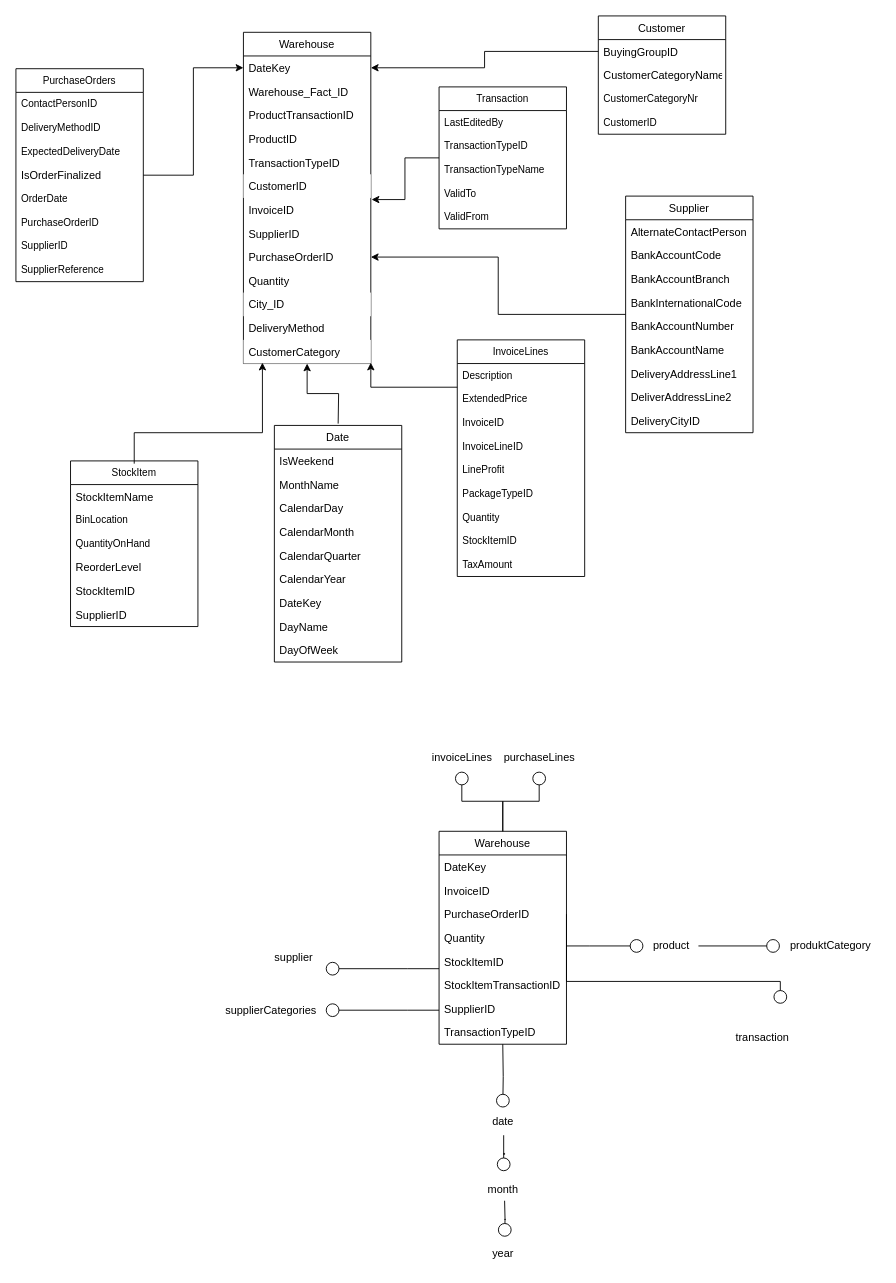
The draw.io diagram page "Lagerhaltung" (5 of 7) of Datenbankmodell_Abgabe_neu.drawio in Lukas313/PR-DKE, before the edit. Source tidied: cells renumbered, new cells numbered last; positions are measured from the earlier drawing's top-left corner, leaving out a move shared by most shapes. Both pictures are drawn from the tidied source at 91%, with x=0, y=0 at pixel (15, 15).
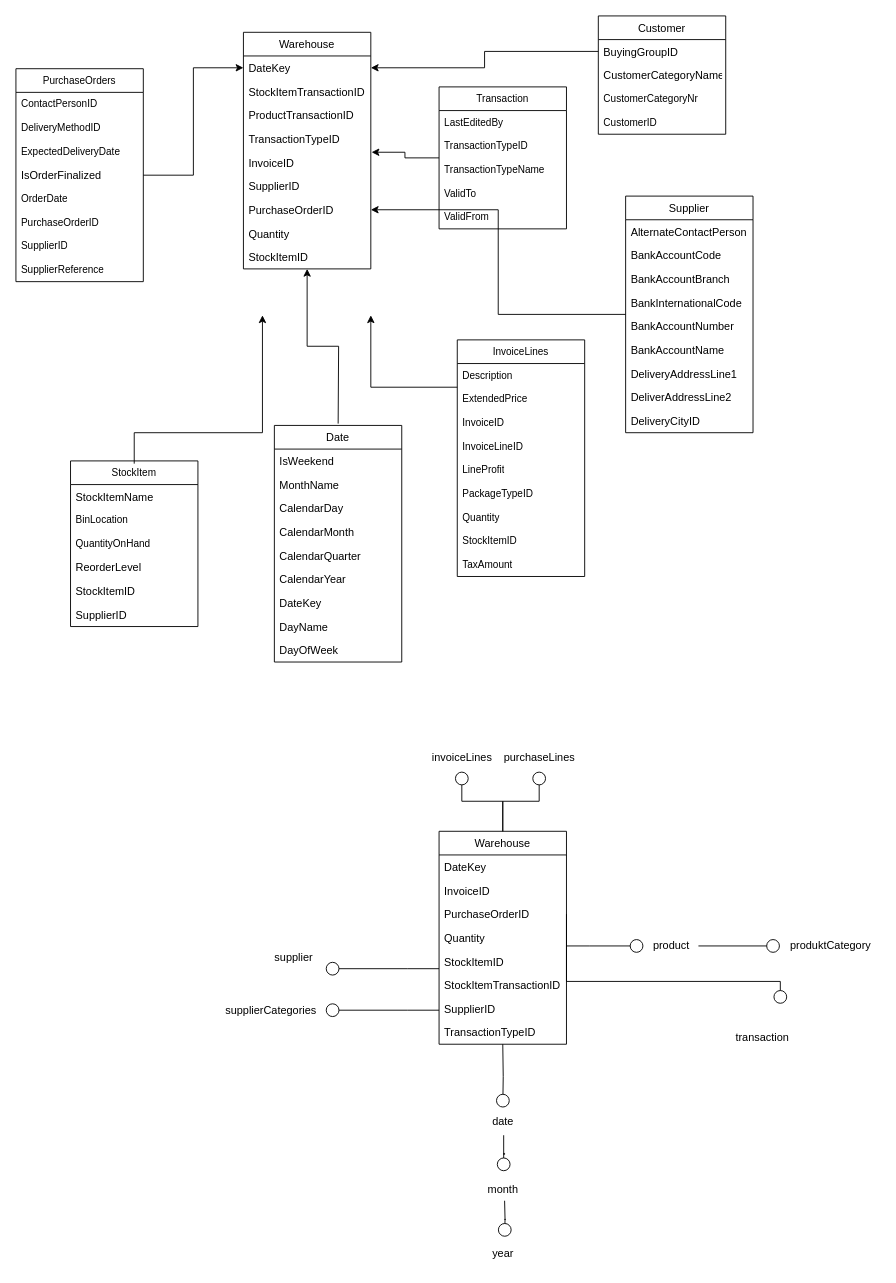
Above is the later version.

Unchanged cells that the change refers to:
```xml
<mxCell id="64" value="InvoiceLines" style="swimlane;fontStyle=0;horizontal=1;startSize=26;fillColor=none;whiteSpace=wrap;html=1;fontFamily=Helvetica;fontSize=11;fontColor=default;" parent="1" vertex="1">
  <mxGeometry x="485" y="356" width="140" height="260" as="geometry" />
</mxCell>
```

Change to the diagram source:
```diff
@@
     <mxCell id="7" value="Warehouse" style="swimlane;fontStyle=0;horizontal=1;startSize=26;fillColor=none;" parent="1" vertex="1">
-      <mxGeometry x="250" y="18" width="140" height="364" as="geometry" />
+      <mxGeometry x="250" y="18" width="140" height="260" as="geometry" />
     </mxCell>
@@
-    <mxCell id="9" value="Warehouse_Fact_ID" style="text;strokeColor=none;fillColor=none;align=left;verticalAlign=top;spacingLeft=4;spacingRight=4;overflow=hidden;" parent="7" vertex="1">
+    <mxCell id="9" value="StockItemTransactionID" style="text;strokeColor=none;fillColor=none;align=left;verticalAlign=top;spacingLeft=4;spacingRight=4;overflow=hidden;" parent="7" vertex="1">
       <mxGeometry y="52" width="140" height="26" as="geometry" />
     </mxCell>
@@
-    <mxCell id="11" value="ProductID" style="text;strokeColor=none;fillColor=none;align=left;verticalAlign=top;spacingLeft=4;spacingRight=4;overflow=hidden;" parent="7" vertex="1">
-      <mxGeometry y="104" width="140" height="26" as="geometry" />
-    </mxCell>
     <mxCell id="12" value="TransactionTypeID" style="text;strokeColor=none;fillColor=none;align=left;verticalAlign=top;spacingLeft=4;spacingRight=4;overflow=hidden;" parent="7" vertex="1">
-      <mxGeometry y="130" width="140" height="26" as="geometry" />
+      <mxGeometry y="104" width="140" height="26" as="geometry" />
     </mxCell>
-    <mxCell id="13" value="CustomerID" style="text;strokeColor=none;fillColor=#FFFFFF;align=left;verticalAlign=top;spacingLeft=4;spacingRight=4;overflow=hidden;" parent="7" vertex="1">
-      <mxGeometry y="156" width="140" height="26" as="geometry" />
-    </mxCell>
     <mxCell id="14" value="InvoiceID" style="text;strokeColor=none;fillColor=none;align=left;verticalAlign=top;spacingLeft=4;spacingRight=4;overflow=hidden;points=[[0,0.5],[1,0.5]];portConstraint=eastwest;" parent="7" vertex="1">
-      <mxGeometry y="182" width="140" height="26" as="geometry" />
+      <mxGeometry y="130" width="140" height="26" as="geometry" />
     </mxCell>
     <mxCell id="15" value="SupplierID" style="text;strokeColor=none;fillColor=none;align=left;verticalAlign=top;spacingLeft=4;spacingRight=4;overflow=hidden;" parent="7" vertex="1">
-      <mxGeometry y="208" width="140" height="26" as="geometry" />
+      <mxGeometry y="156" width="140" height="26" as="geometry" />
     </mxCell>
     <mxCell id="16" value="PurchaseOrderID" style="text;strokeColor=none;fillColor=none;align=left;verticalAlign=top;spacingLeft=4;spacingRight=4;overflow=hidden;points=[[0,0.5],[1,0.5]];portConstraint=eastwest;" parent="7" vertex="1">
-      <mxGeometry y="234" width="140" height="26" as="geometry" />
+      <mxGeometry y="182" width="140" height="26" as="geometry" />
     </mxCell>
+    <mxCell id="109" value="Quantity" style="text;strokeColor=none;fillColor=none;align=left;verticalAlign=top;spacingLeft=4;spacingRight=4;overflow=hidden;" parent="7" vertex="1">
+      <mxGeometry y="208" width="140" height="26" as="geometry" />
+    </mxCell>
-    <mxCell id="17" value="Quantity" style="text;strokeColor=none;fillColor=none;align=left;verticalAlign=top;spacingLeft=4;spacingRight=4;overflow=hidden;" parent="7" vertex="1">
-      <mxGeometry y="260" width="140" height="26" as="geometry" />
+    <mxCell id="17" value="StockItemID" style="text;strokeColor=none;fillColor=none;align=left;verticalAlign=top;spacingLeft=4;spacingRight=4;overflow=hidden;" parent="7" vertex="1">
+      <mxGeometry y="234" width="140" height="26" as="geometry" />
     </mxCell>
-    <mxCell id="18" value="City_ID" style="text;strokeColor=none;fillColor=#FFFFFF;align=left;verticalAlign=top;spacingLeft=4;spacingRight=4;overflow=hidden;" parent="7" vertex="1">
-      <mxGeometry y="286" width="140" height="26" as="geometry" />
-    </mxCell>
-    <mxCell id="19" value="DeliveryMethod" style="text;strokeColor=none;fillColor=none;align=left;verticalAlign=top;spacingLeft=4;spacingRight=4;overflow=hidden;" parent="7" vertex="1">
-      <mxGeometry y="312" width="140" height="26" as="geometry" />
-    </mxCell>
-    <mxCell id="20" value="CustomerCategory" style="text;strokeColor=none;fillColor=#FFFFFF;align=left;verticalAlign=top;spacingLeft=4;spacingRight=4;overflow=hidden;points=[[0,0.5],[1,0.5]];portConstraint=eastwest;" parent="7" vertex="1">
-      <mxGeometry y="338" width="140" height="26" as="geometry" />
-    </mxCell>
@@
-    <mxCell id="76" style="edgeStyle=orthogonalEdgeStyle;shape=connector;rounded=0;jettySize=auto;html=1;entryX=1;entryY=0.962;entryDx=0;entryDy=0;entryPerimeter=0;labelBackgroundColor=default;strokeColor=default;align=center;verticalAlign=middle;fontFamily=Helvetica;fontSize=11;fontColor=default;endArrow=classic;" parent="1" edge="1" source="64" target="20">
+    <mxCell id="76" style="edgeStyle=orthogonalEdgeStyle;shape=connector;rounded=0;jettySize=auto;html=1;entryX=1;entryY=0.962;entryDx=0;entryDy=0;entryPerimeter=0;labelBackgroundColor=default;strokeColor=default;align=center;verticalAlign=middle;fontFamily=Helvetica;fontSize=11;fontColor=default;endArrow=classic;" parent="1" edge="1" source="64">
       <mxGeometry relative="1" as="geometry">
+        <mxPoint x="390" y="329" as="targetPoint" />
         <Array as="points">
           <mxPoint x="390" y="408" />
         </Array>
       </mxGeometry>
     </mxCell>
-    <mxCell id="77" style="edgeStyle=orthogonalEdgeStyle;shape=connector;rounded=0;jettySize=auto;html=1;entryX=0.149;entryY=0.962;entryDx=0;entryDy=0;entryPerimeter=0;labelBackgroundColor=default;strokeColor=default;align=center;verticalAlign=middle;fontFamily=Helvetica;fontSize=11;fontColor=default;endArrow=classic;" parent="1" edge="1" target="20">
+    <mxCell id="77" style="edgeStyle=orthogonalEdgeStyle;shape=connector;rounded=0;orthogonalLoop=1;jettySize=auto;html=1;entryX=0.149;entryY=0.962;entryDx=0;entryDy=0;entryPerimeter=0;labelBackgroundColor=default;strokeColor=default;align=center;verticalAlign=middle;fontFamily=Helvetica;fontSize=11;fontColor=default;endArrow=classic;" parent="1" edge="1">
       <mxGeometry relative="1" as="geometry">
         <mxPoint x="130" y="492" as="sourcePoint" />
+        <mxPoint x="270.9" y="329" as="targetPoint" />
         <Array as="points">
           <mxPoint x="130" y="458" />
           <mxPoint x="271" y="458" />
         </Array>
       </mxGeometry>
     </mxCell>
```
